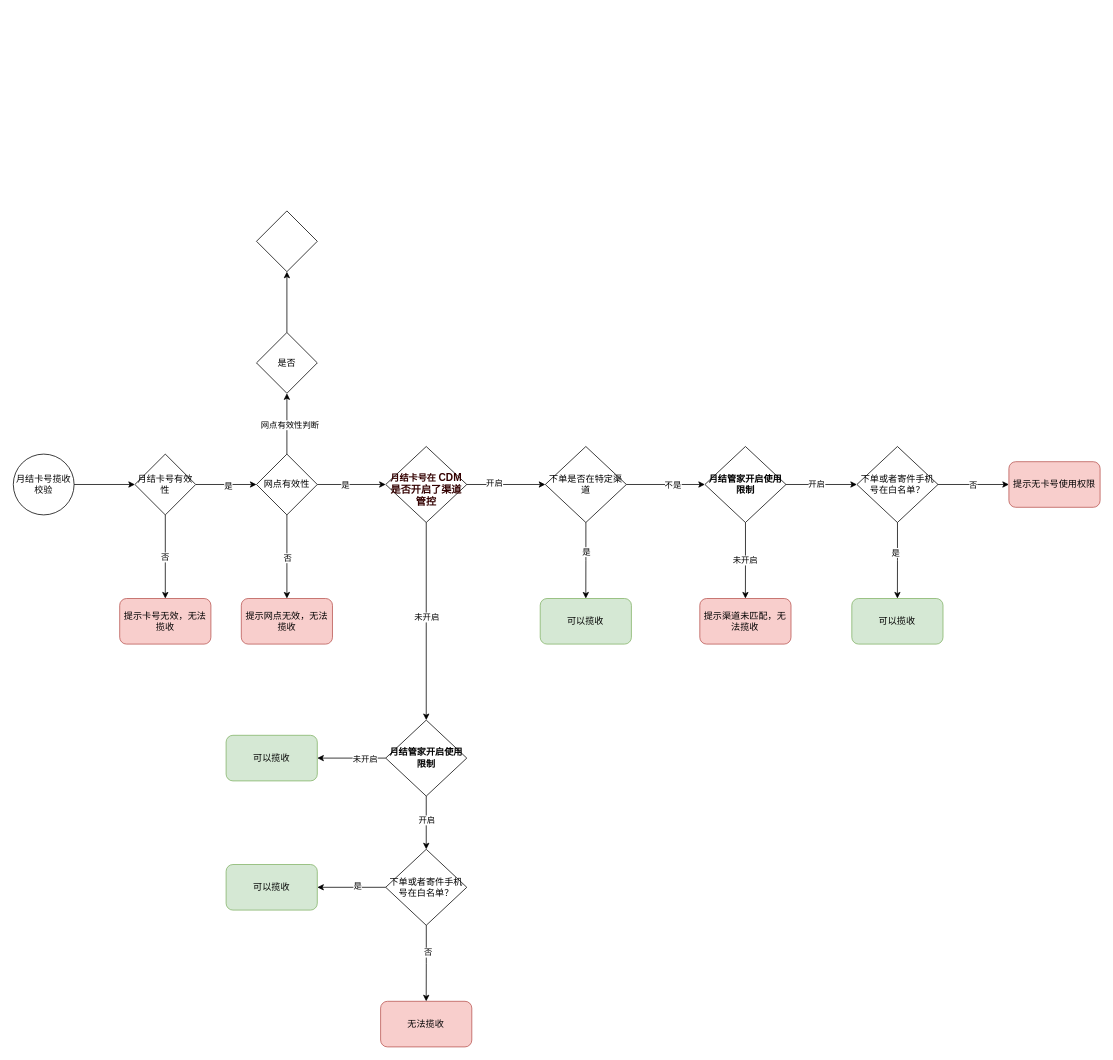
Above: page "月结管控" (2 of 2) of Untitled Diagram.drawio in shxian/drawio (draw.io), before the change. Source tidied: cells renumbered, new cells numbered last; positions are measured from the earlier drawing's top-left corner, leaving out a move shared by most shapes. Both pictures are drawn from the tidied source at 76%, with x=0, y=0 at pixel (13, 211).
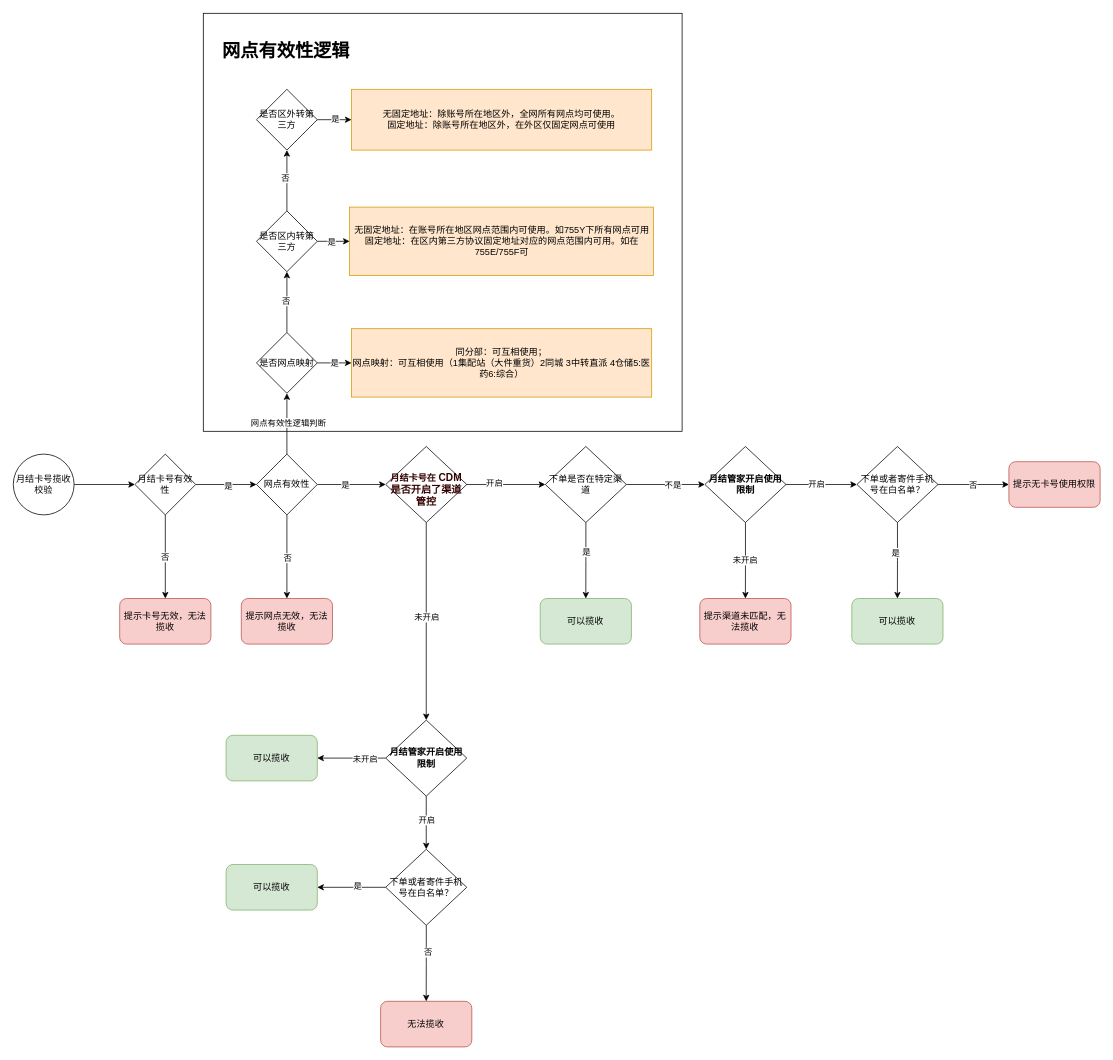
Above is the later version.

The change refers to these unchanged cells:
```xml
<mxCell id="48" style="edgeStyle=orthogonalEdgeStyle;rounded=0;jettySize=auto;html=1;" parent="1" edge="1" source="50" target="54">
  <mxGeometry relative="1" as="geometry" />
</mxCell>
<mxCell id="53" style="edgeStyle=orthogonalEdgeStyle;rounded=0;jettySize=auto;html=1;" parent="1" edge="1" source="54" target="55">
  <mxGeometry relative="1" as="geometry" />
</mxCell>
```

Diff of the diagram source:
```diff
@@
-    <mxCell id="49" value="网点有效性判断" style="edgeLabel;html=1;align=center;verticalAlign=middle;" parent="48" vertex="1">
-      <mxGeometry x="-0.03" y="-3" relative="1" as="geometry" />
-    </mxCell>
+    <mxCell id="56" value="网点有效性逻辑判断" style="edgeLabel;html=1;align=center;verticalAlign=middle;" parent="48" vertex="1">
+      <mxGeometry x="0.04" y="-1" relative="1" as="geometry" />
+    </mxCell>
@@
+    <mxCell id="57" value="否" style="edgeLabel;html=1;align=center;verticalAlign=middle;" parent="53" vertex="1">
+      <mxGeometry x="0.05" y="2" relative="1" as="geometry" />
+    </mxCell>
+    <mxCell id="58" value="是" style="edgeStyle=orthogonalEdgeStyle;rounded=0;jettySize=auto;html=1;" parent="1" edge="1" source="54" target="63">
+      <mxGeometry relative="1" as="geometry" />
+    </mxCell>
-    <mxCell id="54" value="是否" style="rhombus;whiteSpace=wrap;html=1;" parent="1" vertex="1">
+    <mxCell id="54" value="是否网点映射" style="rhombus;whiteSpace=wrap;html=1;" parent="1" vertex="1">
       <mxGeometry x="320" y="160" width="80" height="80" as="geometry" />
     </mxCell>
+    <mxCell id="59" style="edgeStyle=orthogonalEdgeStyle;rounded=0;jettySize=auto;html=1;" parent="1" edge="1" source="55" target="64">
+      <mxGeometry relative="1" as="geometry" />
+    </mxCell>
+    <mxCell id="60" value="是" style="edgeLabel;html=1;align=center;verticalAlign=middle;" parent="59" vertex="1">
+      <mxGeometry x="-0.14" y="-1" relative="1" as="geometry" />
+    </mxCell>
+    <mxCell id="61" style="edgeStyle=orthogonalEdgeStyle;rounded=0;jettySize=auto;html=1;" parent="1" edge="1" source="55" target="68">
+      <mxGeometry relative="1" as="geometry" />
+    </mxCell>
+    <mxCell id="62" value="否" style="edgeLabel;html=1;align=center;verticalAlign=middle;" parent="61" vertex="1">
+      <mxGeometry x="0.1" y="3" relative="1" as="geometry" />
+    </mxCell>
-    <mxCell id="55" style="rhombus;whiteSpace=wrap;html=1;" parent="1" vertex="1">
+    <mxCell id="55" value="是否区内转第三方" style="rhombus;whiteSpace=wrap;html=1;" parent="1" vertex="1">
       <mxGeometry x="320" width="80" height="80" as="geometry" />
     </mxCell>
+    <mxCell id="63" value="同分部：可互相使用；&lt;br&gt;网点映射：可互相使用（1集配站（大件重货）2同城 3中转直派 4仓储5:医药6:综合）" style="text;whiteSpace=wrap;html=1;fillColor=#ffe6cc;strokeColor=#d79b00;verticalAlign=middle;align=center;" parent="1" vertex="1">
+      <mxGeometry x="445" y="155" width="395" height="90" as="geometry" />
+    </mxCell>
+    <mxCell id="64" value="无固定地址：在账号所在地区网点范围内可使用。如755Y下所有网点可用&lt;br&gt;固定地址：在区内第三方协议固定地址对应的网点范围内可用。如在755E/755F可" style="text;whiteSpace=wrap;html=1;fillColor=#ffe6cc;strokeColor=#d79b00;verticalAlign=middle;align=center;" parent="1" vertex="1">
+      <mxGeometry x="442.5" y="-5" width="400" height="90" as="geometry" />
+    </mxCell>
+    <mxCell id="65" value="无固定地址：除账号所在地区外，全网所有网点均可使用。&lt;br&gt;固定地址：除账号所在地区外，在外区仅固定网点可使用" style="text;whiteSpace=wrap;html=1;fillColor=#ffe6cc;strokeColor=#d79b00;verticalAlign=middle;align=center;" parent="1" vertex="1">
+      <mxGeometry x="445" y="-160" width="395" height="80" as="geometry" />
+    </mxCell>
+    <mxCell id="66" style="edgeStyle=orthogonalEdgeStyle;rounded=0;jettySize=auto;html=1;" parent="1" edge="1" source="68" target="65">
+      <mxGeometry relative="1" as="geometry" />
+    </mxCell>
+    <mxCell id="67" value="是" style="edgeLabel;html=1;align=center;verticalAlign=middle;" parent="66" vertex="1">
+      <mxGeometry y="1" relative="1" as="geometry" />
+    </mxCell>
+    <mxCell id="68" value="是否区外转第三方" style="rhombus;whiteSpace=wrap;html=1;" parent="1" vertex="1">
+      <mxGeometry x="320" y="-160" width="80" height="80" as="geometry" />
+    </mxCell>
+    <mxCell id="69" style="rounded=0;whiteSpace=wrap;html=1;fillColor=none;" parent="1" vertex="1">
+      <mxGeometry x="250" y="-260" width="630" height="550" as="geometry" />
+    </mxCell>
+    <mxCell id="70" value="&lt;h1&gt;网点有效性逻辑&lt;/h1&gt;" style="text;html=1;strokeColor=none;fillColor=none;spacing=5;spacingTop=-20;whiteSpace=wrap;overflow=hidden;rounded=0;" parent="1" vertex="1">
+      <mxGeometry x="270" y="-230" width="190" height="40" as="geometry" />
+    </mxCell>
```
